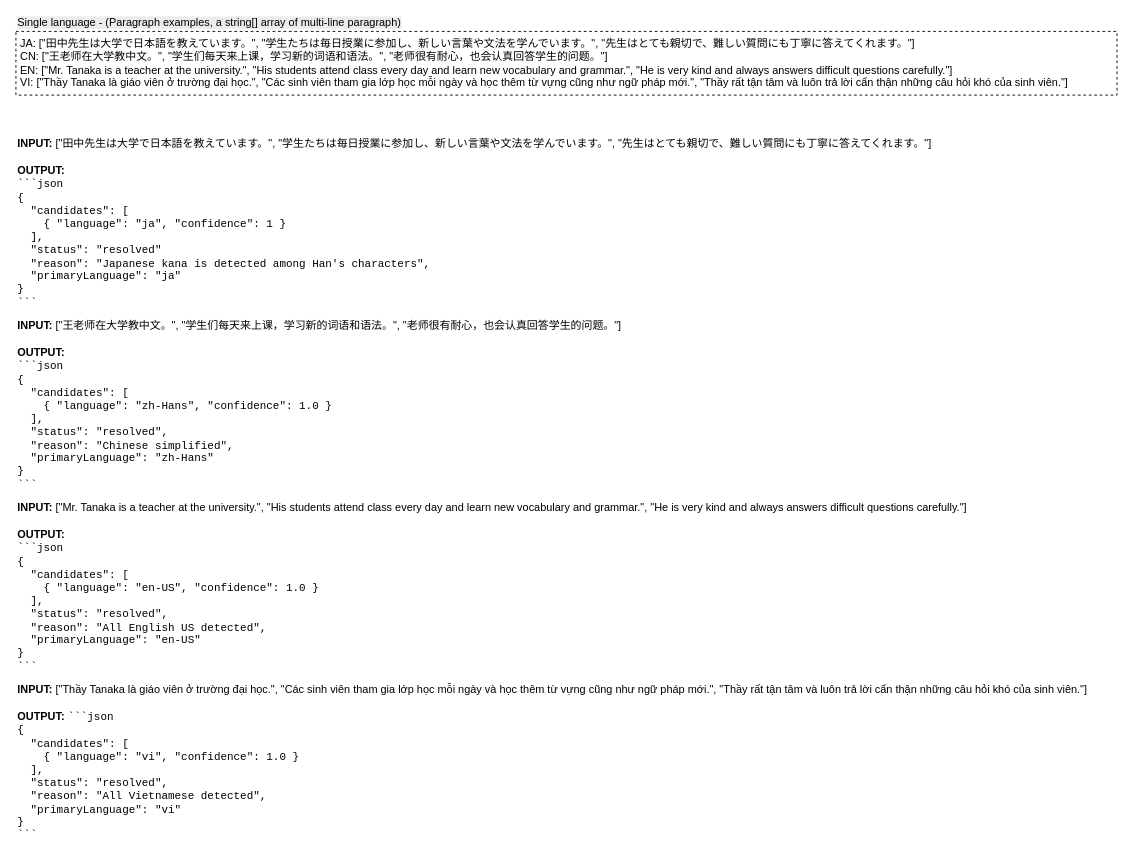
Earlier version of the draw.io diagram page "Test cases: Single language - (Paragraph examples)" (4 of 5) of language-identifier-library.drawio (craftzlife/language-identifier). Source tidied: cells renumbered, new cells numbered last; positions are measured from the earlier drawing's top-left corner, leaving out a move shared by most shapes. Both pictures are drawn from the tidied source at 91%, with x=0, y=0 at pixel (15, 31).
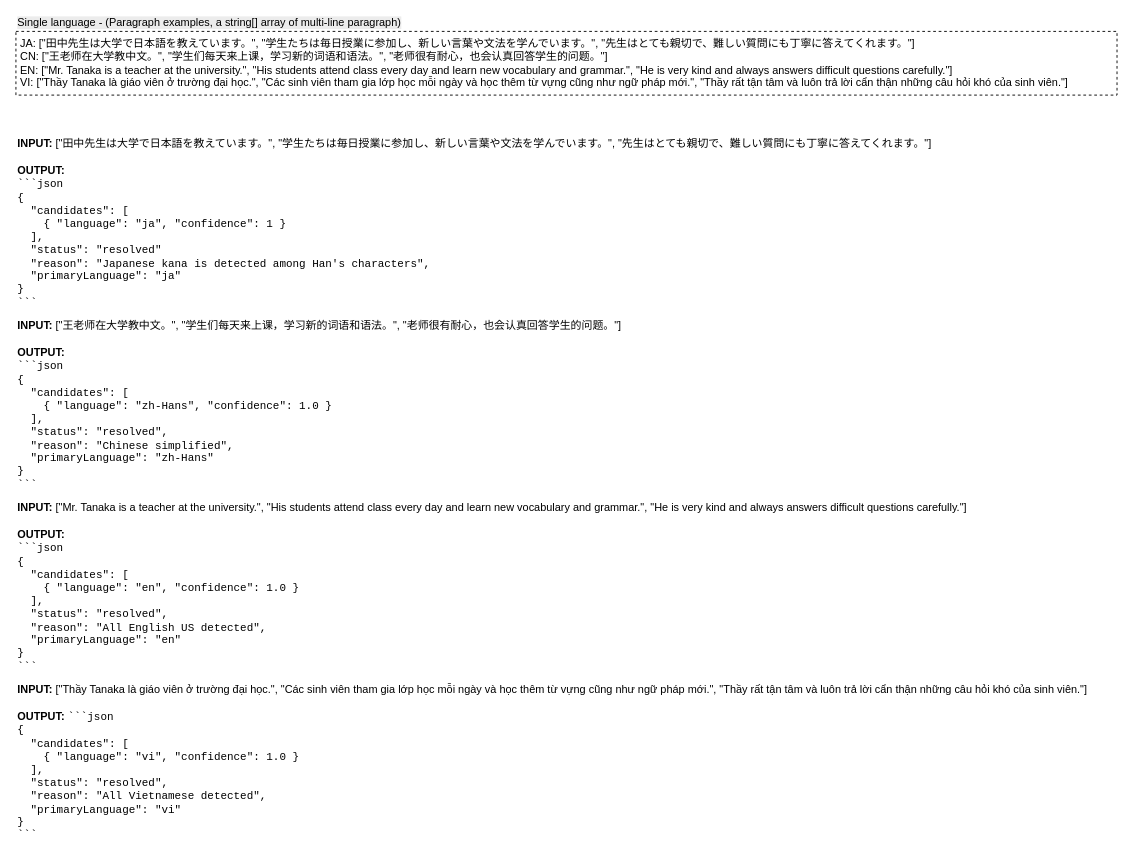
Above is the later version.

Change to the diagram source:
````diff
@@
 <mxGraphModel>
   <root>
     <mxCell id="0" />
     <mxCell id="1" parent="0" />
     <mxCell id="2" value="&lt;div&gt;&lt;b style=&quot;background-color: transparent; color: light-dark(rgb(0, 0, 0), rgb(255, 255, 255)); font-size: 12px;&quot;&gt;INPUT:&amp;nbsp;&lt;/b&gt;&lt;span style=&quot;font-size: 12px;&quot;&gt;[&quot;田中先生は大学で日本語を教えています。&quot;, &quot;学生たちは毎日授業に参加し、新しい言葉や文法を学んでいます。&quot;, &quot;先生はとても親切で、難しい質問にも丁寧に答えてくれます。&quot;]&lt;/span&gt;&lt;/div&gt;&lt;div&gt;&lt;font style=&quot;font-size: 12px;&quot;&gt;&lt;br&gt;&lt;b&gt;OUTPUT:&amp;nbsp;&lt;br&gt;&lt;/b&gt;&lt;font face=&quot;Courier New&quot; style=&quot;&quot;&gt;```json&lt;br&gt;{&lt;/font&gt;&lt;/font&gt;&lt;/div&gt;&lt;div&gt;&lt;font face=&quot;Courier New&quot; style=&quot;font-size: 12px;&quot;&gt;&amp;nbsp; &quot;candidates&quot;: [&lt;/font&gt;&lt;/div&gt;&lt;div&gt;&lt;font face=&quot;Courier New&quot; style=&quot;font-size: 12px;&quot;&gt;&amp;nbsp; &amp;nbsp; { &quot;language&quot;: &quot;ja&quot;, &quot;confidence&quot;: 1 }&lt;/font&gt;&lt;/div&gt;&lt;div&gt;&lt;font face=&quot;Courier New&quot; style=&quot;font-size: 12px;&quot;&gt;&amp;nbsp; ],&lt;/font&gt;&lt;/div&gt;&lt;div&gt;&lt;font face=&quot;Courier New&quot; style=&quot;font-size: 12px;&quot;&gt;&amp;nbsp; &quot;status&quot;: &quot;resolved&quot;&lt;br&gt;&lt;/font&gt;&lt;span style=&quot;font-family: &amp;quot;Courier New&amp;quot;; font-size: 12px;&quot;&gt;&amp;nbsp; &quot;reason&quot;: &quot;Japanese kana is detected among Han's characters&quot;&lt;/span&gt;&lt;font face=&quot;Courier New&quot; style=&quot;font-size: 12px;&quot;&gt;&lt;/font&gt;&lt;span style=&quot;background-color: transparent; color: light-dark(rgb(0, 0, 0), rgb(255, 255, 255)); font-family: &amp;quot;Courier New&amp;quot;; font-size: 12px;&quot;&gt;,&lt;/span&gt;&lt;/div&gt;&lt;span style=&quot;font-family: &amp;quot;Courier New&amp;quot;; font-size: 12px;&quot;&gt;&amp;nbsp; &quot;primaryLanguage&quot;: &quot;ja&quot;&lt;/span&gt;&lt;div&gt;&lt;font face=&quot;Courier New&quot; style=&quot;font-size: 12px;&quot;&gt;}&lt;br&gt;```&lt;/font&gt;&lt;/div&gt;" style="text;html=1;whiteSpace=wrap;strokeColor=none;fillColor=none;align=left;verticalAlign=top;rounded=0;fontFamily=Helvetica;fontSize=11;fontColor=default;labelBackgroundColor=none;labelPosition=center;verticalLabelPosition=middle;fixedWidth=0;" parent="1" vertex="1">
       <mxGeometry y="110" width="1030" height="200" as="geometry" />
     </mxCell>
     <mxCell id="3" value="&lt;div&gt;&lt;font style=&quot;font-size: 12px;&quot;&gt;&lt;b style=&quot;background-color: transparent; color: light-dark(rgb(0, 0, 0), rgb(255, 255, 255));&quot;&gt;INPUT:&amp;nbsp;&lt;/b&gt;[&quot;王老师在大学教中文。&quot;, &quot;学生们每天来上课，学习新的词语和语法。&quot;, &quot;老师很有耐心，也会认真回答学生的问题。&quot;]&lt;br&gt;&lt;br&gt;&lt;b&gt;OUTPUT:&amp;nbsp;&lt;br&gt;&lt;/b&gt;&lt;font face=&quot;Courier New&quot; style=&quot;&quot;&gt;```json&lt;br&gt;{&lt;/font&gt;&lt;/font&gt;&lt;/div&gt;&lt;div&gt;&lt;font face=&quot;Courier New&quot; style=&quot;font-size: 12px;&quot;&gt;&amp;nbsp; &quot;candidates&quot;: [&lt;/font&gt;&lt;/div&gt;&lt;div&gt;&lt;font face=&quot;Courier New&quot; style=&quot;font-size: 12px;&quot;&gt;&amp;nbsp; &amp;nbsp; { &quot;language&quot;: &quot;zh-Hans&quot;, &quot;confidence&quot;: 1.0 }&lt;/font&gt;&lt;/div&gt;&lt;div&gt;&lt;font face=&quot;Courier New&quot; style=&quot;font-size: 12px;&quot;&gt;&amp;nbsp; ],&lt;/font&gt;&lt;/div&gt;&lt;div&gt;&lt;font face=&quot;Courier New&quot; style=&quot;font-size: 12px;&quot;&gt;&amp;nbsp; &quot;status&quot;: &quot;resolved&quot;,&lt;br&gt;&amp;nbsp; &quot;reason&quot;: &quot;Chinese simplified&quot;&lt;/font&gt;&lt;span style=&quot;background-color: transparent; color: light-dark(rgb(0, 0, 0), rgb(255, 255, 255)); font-family: &amp;quot;Courier New&amp;quot;; font-size: 12px;&quot;&gt;,&lt;/span&gt;&lt;/div&gt;&lt;span style=&quot;font-family: &amp;quot;Courier New&amp;quot;; font-size: 12px;&quot;&gt;&amp;nbsp; &quot;primaryLanguage&quot;: &quot;zh-Hans&quot;&lt;/span&gt;&lt;div&gt;&lt;font face=&quot;Courier New&quot; style=&quot;font-size: 12px;&quot;&gt;}&lt;br&gt;```&lt;/font&gt;&lt;/div&gt;" style="text;html=1;whiteSpace=wrap;strokeColor=none;fillColor=none;align=left;verticalAlign=top;rounded=0;fontFamily=Helvetica;fontSize=11;fontColor=default;labelBackgroundColor=none;labelPosition=center;verticalLabelPosition=middle;fixedWidth=0;" parent="1" vertex="1">
       <mxGeometry y="310" width="690" height="200" as="geometry" />
     </mxCell>
-    <mxCell id="4" value="&lt;div&gt;&lt;b style=&quot;background-color: transparent; color: light-dark(rgb(0, 0, 0), rgb(255, 255, 255)); font-size: 12px;&quot;&gt;INPUT:&amp;nbsp;&lt;/b&gt;&lt;span style=&quot;font-size: 12px;&quot;&gt;[&quot;Mr. Tanaka is a teacher at the university.&quot;, &quot;His students attend class every day and learn new vocabulary and grammar.&quot;, &quot;He is very kind and always answers difficult questions carefully.&quot;]&lt;/span&gt;&lt;/div&gt;&lt;div&gt;&lt;font style=&quot;font-size: 12px;&quot;&gt;&lt;br&gt;&lt;b&gt;OUTPUT:&amp;nbsp;&lt;br&gt;&lt;/b&gt;&lt;font face=&quot;Courier New&quot; style=&quot;&quot;&gt;```json&lt;br&gt;{&lt;/font&gt;&lt;/font&gt;&lt;/div&gt;&lt;div&gt;&lt;font face=&quot;Courier New&quot; style=&quot;font-size: 12px;&quot;&gt;&amp;nbsp; &quot;candidates&quot;: [&lt;/font&gt;&lt;/div&gt;&lt;div&gt;&lt;font face=&quot;Courier New&quot; style=&quot;font-size: 12px;&quot;&gt;&amp;nbsp; &amp;nbsp; { &quot;language&quot;: &quot;en-US&quot;, &quot;confidence&quot;: 1.0 }&lt;/font&gt;&lt;/div&gt;&lt;div&gt;&lt;font face=&quot;Courier New&quot; style=&quot;font-size: 12px;&quot;&gt;&amp;nbsp; ],&lt;/font&gt;&lt;/div&gt;&lt;div&gt;&lt;font face=&quot;Courier New&quot; style=&quot;font-size: 12px;&quot;&gt;&amp;nbsp; &quot;status&quot;: &quot;resolved&quot;,&lt;br&gt;&amp;nbsp; &quot;reason&quot;: &quot;All English US detected&quot;&lt;/font&gt;&lt;span style=&quot;font-family: &amp;quot;Courier New&amp;quot;; font-size: 12px; background-color: transparent; color: light-dark(rgb(0, 0, 0), rgb(255, 255, 255));&quot;&gt;,&lt;/span&gt;&lt;/div&gt;&lt;span style=&quot;font-family: &amp;quot;Courier New&amp;quot;; font-size: 12px;&quot;&gt;&amp;nbsp; &quot;primaryLanguage&quot;: &quot;en-US&quot;&lt;/span&gt;&lt;div&gt;&lt;font face=&quot;Courier New&quot; style=&quot;font-size: 12px;&quot;&gt;}&lt;br&gt;```&lt;/font&gt;&lt;/div&gt;" style="text;html=1;whiteSpace=wrap;strokeColor=none;fillColor=none;align=left;verticalAlign=top;rounded=0;fontFamily=Helvetica;fontSize=11;fontColor=default;labelBackgroundColor=none;labelPosition=center;verticalLabelPosition=middle;fixedWidth=0;" parent="1" vertex="1">
+    <mxCell id="4" value="&lt;div&gt;&lt;b style=&quot;background-color: transparent; color: light-dark(rgb(0, 0, 0), rgb(255, 255, 255)); font-size: 12px;&quot;&gt;INPUT:&amp;nbsp;&lt;/b&gt;&lt;span style=&quot;font-size: 12px;&quot;&gt;[&quot;Mr. Tanaka is a teacher at the university.&quot;, &quot;His students attend class every day and learn new vocabulary and grammar.&quot;, &quot;He is very kind and always answers difficult questions carefully.&quot;]&lt;/span&gt;&lt;/div&gt;&lt;div&gt;&lt;font style=&quot;font-size: 12px;&quot;&gt;&lt;br&gt;&lt;b&gt;OUTPUT:&amp;nbsp;&lt;br&gt;&lt;/b&gt;&lt;font face=&quot;Courier New&quot; style=&quot;&quot;&gt;```json&lt;br&gt;{&lt;/font&gt;&lt;/font&gt;&lt;/div&gt;&lt;div&gt;&lt;font face=&quot;Courier New&quot; style=&quot;font-size: 12px;&quot;&gt;&amp;nbsp; &quot;candidates&quot;: [&lt;/font&gt;&lt;/div&gt;&lt;div&gt;&lt;font face=&quot;Courier New&quot; style=&quot;font-size: 12px;&quot;&gt;&amp;nbsp; &amp;nbsp; { &quot;language&quot;: &quot;en&quot;, &quot;confidence&quot;: 1.0 }&lt;/font&gt;&lt;/div&gt;&lt;div&gt;&lt;font face=&quot;Courier New&quot; style=&quot;font-size: 12px;&quot;&gt;&amp;nbsp; ],&lt;/font&gt;&lt;/div&gt;&lt;div&gt;&lt;font face=&quot;Courier New&quot; style=&quot;font-size: 12px;&quot;&gt;&amp;nbsp; &quot;status&quot;: &quot;resolved&quot;,&lt;br&gt;&amp;nbsp; &quot;reason&quot;: &quot;All English US detected&quot;&lt;/font&gt;&lt;span style=&quot;font-family: &amp;quot;Courier New&amp;quot;; font-size: 12px; background-color: transparent; color: light-dark(rgb(0, 0, 0), rgb(255, 255, 255));&quot;&gt;,&lt;/span&gt;&lt;/div&gt;&lt;span style=&quot;font-family: &amp;quot;Courier New&amp;quot;; font-size: 12px;&quot;&gt;&amp;nbsp; &quot;primaryLanguage&quot;: &quot;en&quot;&lt;/span&gt;&lt;div&gt;&lt;font face=&quot;Courier New&quot; style=&quot;font-size: 12px;&quot;&gt;}&lt;br&gt;```&lt;/font&gt;&lt;/div&gt;" style="text;html=1;whiteSpace=wrap;strokeColor=none;fillColor=none;align=left;verticalAlign=top;rounded=0;fontFamily=Helvetica;fontSize=11;fontColor=default;labelBackgroundColor=none;labelPosition=center;verticalLabelPosition=middle;fixedWidth=0;" parent="1" vertex="1">
       <mxGeometry y="510" width="1070" height="200" as="geometry" />
     </mxCell>
     <mxCell id="5" value="&lt;div&gt;&lt;b style=&quot;background-color: transparent; color: light-dark(rgb(0, 0, 0), rgb(255, 255, 255)); font-size: 12px;&quot;&gt;INPUT:&amp;nbsp;&lt;/b&gt;&lt;span style=&quot;font-size: 12px;&quot;&gt;[&quot;Thầy Tanaka là giáo viên ở trường đại học.&quot;, &quot;Các sinh viên tham gia lớp học mỗi ngày và học thêm từ vựng cũng như ngữ pháp mới.&quot;, &quot;Thầy rất tận tâm và luôn trả lời cẩn thận những câu hỏi khó của sinh viên.&quot;]&lt;/span&gt;&lt;/div&gt;&lt;div&gt;&lt;font style=&quot;font-size: 12px;&quot;&gt;&lt;br&gt;&lt;b&gt;OUTPUT:&amp;nbsp;&lt;/b&gt;&lt;font face=&quot;Courier New&quot; style=&quot;&quot;&gt;```json&lt;br&gt;{&lt;/font&gt;&lt;/font&gt;&lt;/div&gt;&lt;div&gt;&lt;font face=&quot;Courier New&quot; style=&quot;font-size: 12px;&quot;&gt;&amp;nbsp; &quot;candidates&quot;: [&lt;/font&gt;&lt;/div&gt;&lt;div&gt;&lt;font face=&quot;Courier New&quot; style=&quot;font-size: 12px;&quot;&gt;&amp;nbsp; &amp;nbsp; { &quot;language&quot;: &quot;vi&quot;, &quot;confidence&quot;: 1.0 }&lt;/font&gt;&lt;/div&gt;&lt;div&gt;&lt;font face=&quot;Courier New&quot; style=&quot;font-size: 12px;&quot;&gt;&amp;nbsp; ],&lt;/font&gt;&lt;/div&gt;&lt;div&gt;&lt;font face=&quot;Courier New&quot; style=&quot;font-size: 12px;&quot;&gt;&amp;nbsp; &quot;status&quot;: &quot;resolved&quot;,&lt;br&gt;&amp;nbsp; &quot;reason&quot;: &quot;All Vietnamese detected&quot;&lt;/font&gt;&lt;span style=&quot;font-family: &amp;quot;Courier New&amp;quot;; font-size: 12px; background-color: transparent; color: light-dark(rgb(0, 0, 0), rgb(255, 255, 255));&quot;&gt;,&lt;/span&gt;&lt;/div&gt;&lt;span style=&quot;font-family: &amp;quot;Courier New&amp;quot;; font-size: 12px;&quot;&gt;&amp;nbsp; &quot;primaryLanguage&quot;: &quot;vi&quot;&lt;/span&gt;&lt;div&gt;&lt;font face=&quot;Courier New&quot; style=&quot;font-size: 12px;&quot;&gt;}&lt;br&gt;```&lt;/font&gt;&lt;/div&gt;" style="text;html=1;whiteSpace=wrap;strokeColor=none;fillColor=none;align=left;verticalAlign=top;rounded=0;fontFamily=Helvetica;fontSize=11;fontColor=default;labelBackgroundColor=none;labelPosition=center;verticalLabelPosition=middle;fixedWidth=0;" parent="1" vertex="1">
       <mxGeometry y="710" width="1200" height="190" as="geometry" />
     </mxCell>
     <mxCell id="6" value="&lt;span style=&quot;font-size: 12px; background-color: rgb(236, 236, 236);&quot;&gt;Single language - (Paragraph examples, a string[] array of multi-line paragraph)&lt;/span&gt;" style="rounded=0;whiteSpace=wrap;html=1;fontFamily=Helvetica;fontSize=11;fontColor=default;labelBackgroundColor=default;align=left;labelPosition=center;verticalLabelPosition=top;verticalAlign=bottom;strokeColor=default;dashed=1;" parent="1" vertex="1">
       <mxGeometry width="1210" height="70" as="geometry" />
     </mxCell>
     <mxCell id="7" value="&lt;div&gt;JA: [&quot;田中先生は大学で日本語を教えています。&quot;, &quot;学生たちは毎日授業に参加し、新しい言葉や文法を学んでいます。&quot;, &quot;先生はとても親切で、難しい質問にも丁寧に答えてくれます。&quot;]&lt;/div&gt;&lt;div&gt;CN: [&quot;王老师在大学教中文。&quot;, &quot;学生们每天来上课，学习新的词语和语法。&quot;, &quot;老师很有耐心，也会认真回答学生的问题。&quot;]&lt;/div&gt;&lt;div&gt;EN: [&quot;Mr. Tanaka is a teacher at the university.&quot;, &quot;His students attend class every day and learn new vocabulary and grammar.&quot;, &quot;He is very kind and always answers difficult questions carefully.&quot;]&lt;/div&gt;&lt;div&gt;VI: [&quot;Thầy Tanaka là giáo viên ở trường đại học.&quot;, &quot;Các sinh viên tham gia lớp học mỗi ngày và học thêm từ vựng cũng như ngữ pháp mới.&quot;, &quot;Thầy rất tận tâm và luôn trả lời cẩn thận những câu hỏi khó của sinh viên.&quot;]&lt;/div&gt;" style="text;html=1;whiteSpace=wrap;strokeColor=none;fillColor=none;align=left;verticalAlign=middle;rounded=0;spacingLeft=0;spacingRight=0;spacing=5;fontSize=12;dashed=1;" parent="6" vertex="1">
       <mxGeometry width="1210" height="70" as="geometry" />
     </mxCell>
   </root>
 </mxGraphModel>
````
